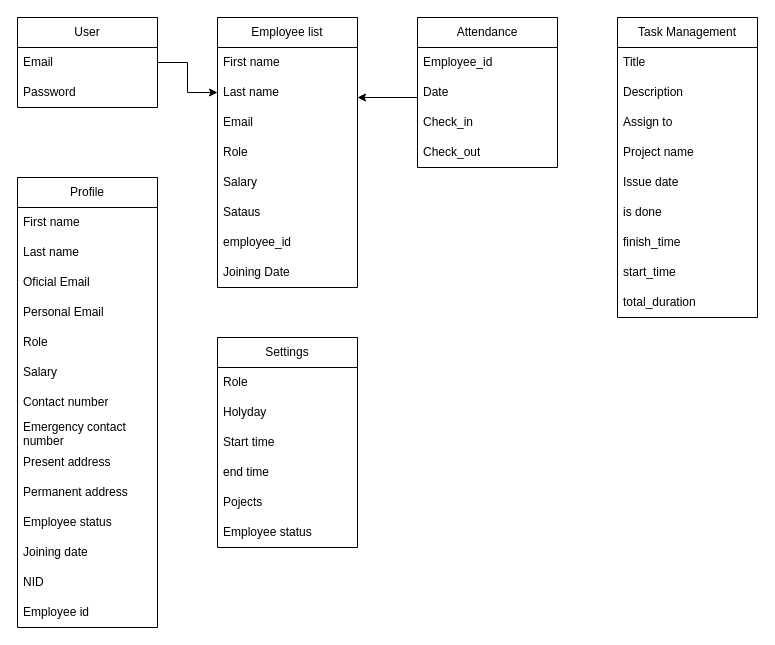
Above: database design.drawio in ZiadAbdulBari/employee-management-backend (draw.io), before the change. Source tidied: cells renumbered, new cells numbered last; positions are measured from the earlier drawing's top-left corner, leaving out a move shared by most shapes. Both pictures are drawn from the tidied source at 100%, with x=0, y=0 at pixel (17, 17).
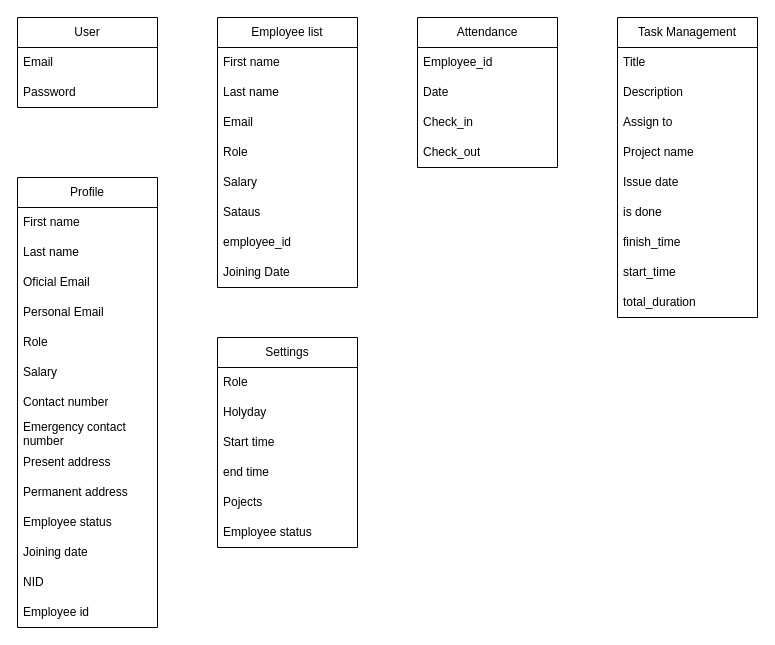
After the change.

The change refers to these unchanged cells:
```xml
<mxCell id="3" value="Email" style="text;strokeColor=none;fillColor=none;align=left;verticalAlign=middle;spacingLeft=4;spacingRight=4;overflow=hidden;points=[[0,0.5],[1,0.5]];portConstraint=eastwest;whiteSpace=wrap;html=1;" parent="2" vertex="1">
  <mxGeometry y="30" width="140" height="30" as="geometry" />
</mxCell>
<mxCell id="7" value="Last name" style="text;strokeColor=none;fillColor=none;align=left;verticalAlign=middle;spacingLeft=4;spacingRight=4;overflow=hidden;points=[[0,0.5],[1,0.5]];portConstraint=eastwest;whiteSpace=wrap;html=1;" parent="5" vertex="1">
  <mxGeometry y="60" width="140" height="30" as="geometry" />
</mxCell>
<mxCell id="16" value="Date" style="text;strokeColor=none;fillColor=none;align=left;verticalAlign=middle;spacingLeft=4;spacingRight=4;overflow=hidden;points=[[0,0.5],[1,0.5]];portConstraint=eastwest;whiteSpace=wrap;html=1;" parent="14" vertex="1">
  <mxGeometry y="60" width="140" height="30" as="geometry" />
</mxCell>
```

What changed in the source:
```diff
@@
-    <mxCell id="19" style="endArrow=classic;html=1;rounded=0;exitX=0;exitY=0.667;exitDx=0;exitDy=0;exitPerimeter=0;" parent="1" edge="1" source="16">
-      <mxGeometry relative="1" as="geometry">
-        <mxPoint x="340" y="80" as="targetPoint" />
-      </mxGeometry>
-    </mxCell>
@@
-    <mxCell id="52" style="edgeStyle=orthogonalEdgeStyle;rounded=0;jettySize=auto;html=1;" parent="1" edge="1" source="3" target="7">
-      <mxGeometry relative="1" as="geometry" />
-    </mxCell>
```
